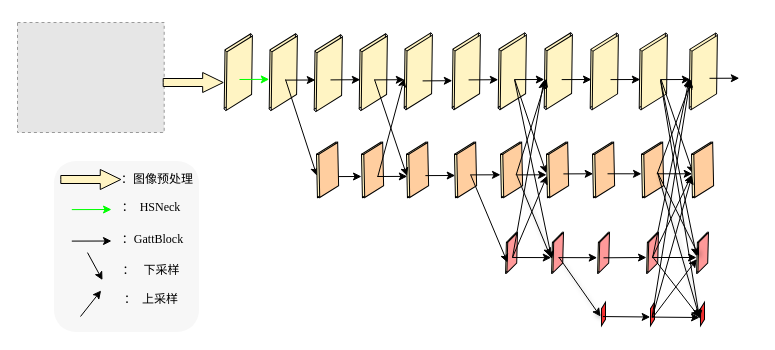
GloveD/deep-high-resolution-net.pytorch keeps this draw.io diagram as demo/Untitled Diagram.drawio. Above is the earlier version. Source tidied: cells renumbered, new cells numbered last; positions are measured from the earlier drawing's top-left corner, leaving out a move shared by most shapes. Both pictures are drawn from the tidied source at 100%, with x=0, y=0 at pixel (17, 22). Pictures stored in the file or linked from it are replaced by grey dashed boxes.
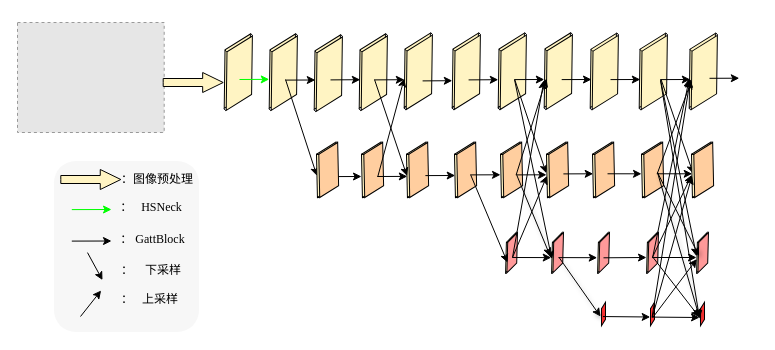
The same diagram, later.

The change refers to these unchanged cells:
```xml
<mxCell id="228" style="group;" parent="1" vertex="1">
  <mxGeometry x="36.5" y="138.5" width="145" height="171" as="geometry" />
</mxCell>
```

Diff of the diagram source:
```diff
@@
-    <mxCell id="233" value="：&amp;nbsp; HSNeck&amp;nbsp; &amp;nbsp;&amp;nbsp;" style="text;html=1;strokeColor=none;fillColor=none;align=center;verticalAlign=middle;whiteSpace=wrap;rounded=0;fontFamily=Times New Roman;" parent="228" vertex="1">
+    <mxCell id="233" value="：&amp;nbsp; &amp;nbsp;HSNeck&amp;nbsp; &amp;nbsp;&amp;nbsp;" style="text;html=1;strokeColor=none;fillColor=none;align=center;verticalAlign=middle;whiteSpace=wrap;rounded=0;fontFamily=Times New Roman;" parent="228" vertex="1">
       <mxGeometry x="63.5" y="36.5" width="80" height="20" as="geometry" />
     </mxCell>
@@
-    <mxCell id="235" value="：GattBlock&amp;nbsp; &amp;nbsp;" style="text;html=1;strokeColor=none;fillColor=none;align=center;verticalAlign=middle;whiteSpace=wrap;rounded=0;fontFamily=Times New Roman;" parent="228" vertex="1">
+    <mxCell id="235" value="： GattBlock&amp;nbsp; &amp;nbsp;" style="text;html=1;strokeColor=none;fillColor=none;align=center;verticalAlign=middle;whiteSpace=wrap;rounded=0;fontFamily=Times New Roman;" parent="228" vertex="1">
       <mxGeometry x="63.5" y="68" width="80" height="20" as="geometry" />
     </mxCell>
@@
-    <mxCell id="238" value="：&amp;nbsp; &amp;nbsp;下采样&amp;nbsp; &amp;nbsp;&amp;nbsp;" style="text;html=1;strokeColor=none;fillColor=none;align=center;verticalAlign=middle;whiteSpace=wrap;rounded=0;fontFamily=Times New Roman;" parent="228" vertex="1">
+    <mxCell id="238" value="：&amp;nbsp; &amp;nbsp; 下采样&amp;nbsp; &amp;nbsp;&amp;nbsp;" style="text;html=1;strokeColor=none;fillColor=none;align=center;verticalAlign=middle;whiteSpace=wrap;rounded=0;fontFamily=Times New Roman;" parent="228" vertex="1">
       <mxGeometry x="63.5" y="99.1" width="80" height="20" as="geometry" />
     </mxCell>
-    <mxCell id="239" value="：&amp;nbsp; 上采样&amp;nbsp; &amp;nbsp;&amp;nbsp;" style="text;html=1;strokeColor=none;fillColor=none;align=center;verticalAlign=middle;whiteSpace=wrap;rounded=0;fontFamily=Times New Roman;" parent="228" vertex="1">
+    <mxCell id="239" value="：&amp;nbsp; &amp;nbsp;上采样&amp;nbsp; &amp;nbsp; &amp;nbsp;" style="text;html=1;strokeColor=none;fillColor=none;align=center;verticalAlign=middle;whiteSpace=wrap;rounded=0;fontFamily=Times New Roman;" parent="228" vertex="1">
       <mxGeometry x="63.5" y="128.5" width="80" height="20" as="geometry" />
     </mxCell>
```
